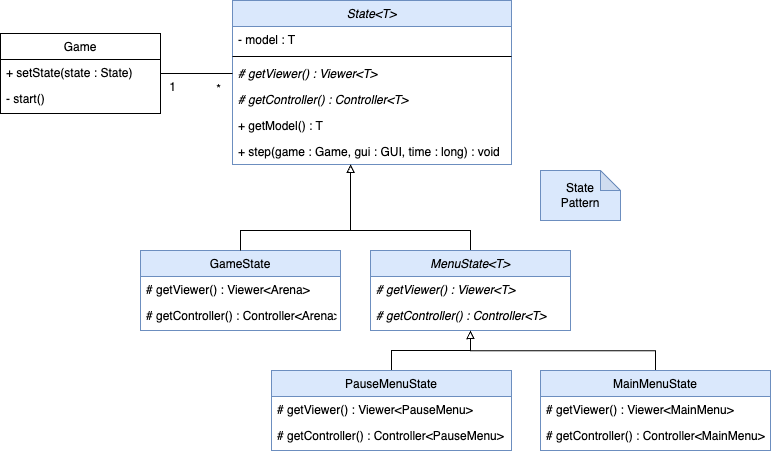
The draw.io diagram docs/resources/State.png in SimaoNery/BadIceCream-L.D.T.S, before a commit. Source tidied: cells renumbered, new cells last; positions are measured from the earlier drawing's top-left corner, leaving out a move shared by most shapes.
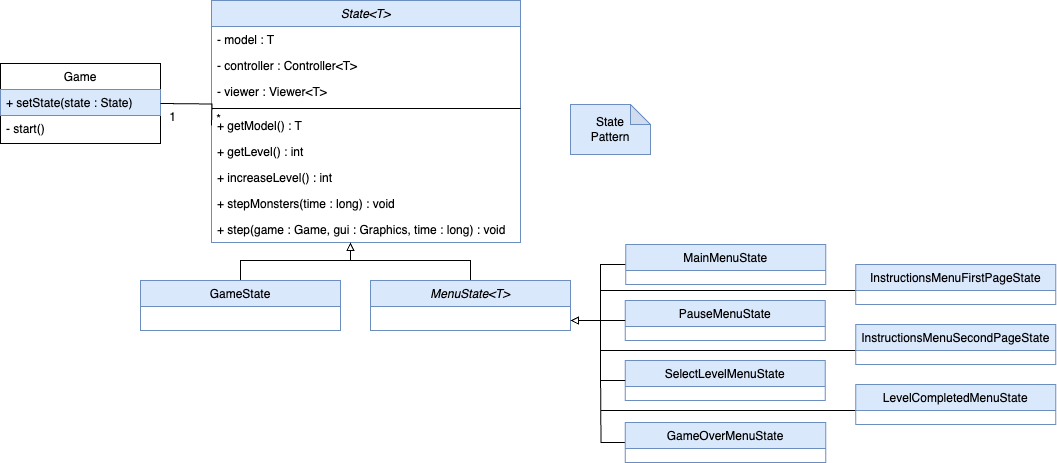
After the change.

Change to the diagram source:
```diff
@@ -3,109 +3,159 @@
     <mxCell id="0" />
     <mxCell id="1" parent="0" />
     <mxCell id="2" value="State&lt;T&gt;" style="swimlane;fontStyle=2;align=center;verticalAlign=top;horizontal=1;startSize=26;rounded=0;shadow=0;strokeWidth=1;fillColor=#dae8fc;strokeColor=#6c8ebf;" parent="1" vertex="1">
-      <mxGeometry x="232" width="279" height="164" as="geometry" />
+      <mxGeometry x="211" y="-30" width="309" height="242" as="geometry" />
     </mxCell>
     <mxCell id="3" value="- model : T" style="text;align=left;verticalAlign=top;spacingLeft=4;spacingRight=4;overflow=hidden;" parent="2" vertex="1">
-      <mxGeometry y="26" width="279" height="26" as="geometry" />
+      <mxGeometry y="26" width="309" height="26" as="geometry" />
     </mxCell>
-    <mxCell id="4" style="line;html=1;strokeWidth=1;align=left;verticalAlign=middle;spacingTop=-1;spacingLeft=3;spacingRight=3;labelPosition=right;" parent="2" vertex="1">
-      <mxGeometry y="52" width="279" height="8" as="geometry" />
-    </mxCell>
-    <mxCell id="5" value="# getViewer() : Viewer&lt;T&gt;" style="text;align=left;verticalAlign=top;spacingLeft=4;spacingRight=4;overflow=hidden;fontStyle=2;" parent="2" vertex="1">
-      <mxGeometry y="60" width="279" height="26" as="geometry" />
-    </mxCell>
-    <mxCell id="6" value="# getController() : Controller&lt;T&gt;" style="text;align=left;verticalAlign=top;spacingLeft=4;spacingRight=4;overflow=hidden;fontStyle=2;" parent="2" vertex="1">
-      <mxGeometry y="86" width="279" height="26" as="geometry" />
-    </mxCell>
+    <mxCell id="32" value="- controller : Controller&lt;T&gt;" style="text;align=left;verticalAlign=top;spacingLeft=4;spacingRight=4;overflow=hidden;" parent="2" vertex="1">
+      <mxGeometry y="52" width="309" height="26" as="geometry" />
+    </mxCell>
+    <mxCell id="33" value="- viewer : Viewer&lt;T&gt;" style="text;align=left;verticalAlign=top;spacingLeft=4;spacingRight=4;overflow=hidden;" parent="2" vertex="1">
+      <mxGeometry y="78" width="309" height="26" as="geometry" />
+    </mxCell>
+    <mxCell id="34" style="line;html=1;strokeWidth=1;align=left;verticalAlign=middle;spacingTop=-1;spacingLeft=3;spacingRight=3;labelPosition=right;" parent="2" vertex="1">
+      <mxGeometry y="104" width="309" height="8" as="geometry" />
+    </mxCell>
-    <mxCell id="7" value="+ getModel() : T" style="text;align=left;verticalAlign=top;spacingLeft=4;spacingRight=4;overflow=hidden;" parent="2" vertex="1">
-      <mxGeometry y="112" width="279" height="26" as="geometry" />
+    <mxCell id="7" value="+ getModel() : T" style="text;align=left;verticalAlign=top;spacingLeft=4;spacingRight=4;overflow=hidden;fontStyle=0;" parent="2" vertex="1">
+      <mxGeometry y="112" width="309" height="26" as="geometry" />
     </mxCell>
-    <mxCell id="8" value="+ step(game : Game, gui : GUI, time : long) : void" style="text;align=left;verticalAlign=top;spacingLeft=4;spacingRight=4;overflow=hidden;points=[[0,0.5],[1,0.5]];portConstraint=eastwest;" parent="2" vertex="1">
-      <mxGeometry y="138" width="279" height="26" as="geometry" />
-    </mxCell>
+    <mxCell id="35" value="+ getLevel() : int" style="text;align=left;verticalAlign=top;spacingLeft=4;spacingRight=4;overflow=hidden;fontStyle=0;" parent="2" vertex="1">
+      <mxGeometry y="138" width="309" height="26" as="geometry" />
+    </mxCell>
+    <mxCell id="36" value="+ increaseLevel() : int" style="text;align=left;verticalAlign=top;spacingLeft=4;spacingRight=4;overflow=hidden;" parent="2" vertex="1">
+      <mxGeometry y="164" width="309" height="26" as="geometry" />
+    </mxCell>
+    <mxCell id="37" value="+ stepMonsters(time : long) : void" style="text;align=left;verticalAlign=top;spacingLeft=4;spacingRight=4;overflow=hidden;" parent="2" vertex="1">
+      <mxGeometry y="190" width="309" height="26" as="geometry" />
+    </mxCell>
+    <mxCell id="38" value="+ step(game : Game, gui : Graphics, time : long) : void" style="text;align=left;verticalAlign=top;spacingLeft=4;spacingRight=4;overflow=hidden;points=[[0,0.5],[1,0.5]];portConstraint=eastwest;" parent="2" vertex="1">
+      <mxGeometry y="216" width="309" height="26" as="geometry" />
+    </mxCell>
+    <mxCell id="39" style="edgeStyle=orthogonalEdgeStyle;rounded=0;jettySize=auto;html=1;endArrow=none;endFill=0;" parent="1" edge="1" source="13">
+      <mxGeometry relative="1" as="geometry">
+        <mxPoint x="350" y="230" as="targetPoint" />
+        <Array as="points">
+          <mxPoint x="470" y="230" />
+          <mxPoint x="350" y="230" />
+        </Array>
+      </mxGeometry>
+    </mxCell>
+    <mxCell id="40" style="edgeStyle=orthogonalEdgeStyle;rounded=0;jettySize=auto;html=1;entryX=0;entryY=0.5;entryDx=0;entryDy=0;endArrow=none;endFill=0;startArrow=block;startFill=0;" parent="1" edge="1" source="13" target="17">
+      <mxGeometry relative="1" as="geometry">
+        <Array as="points">
+          <mxPoint x="600" y="290" />
+          <mxPoint x="600" y="234" />
+        </Array>
+      </mxGeometry>
+    </mxCell>
+    <mxCell id="13" value="MenuState&lt;T&gt;" style="swimlane;fontStyle=2;align=center;verticalAlign=top;horizontal=1;startSize=26;rounded=0;shadow=0;strokeWidth=1;fillColor=#dae8fc;strokeColor=#6c8ebf;" parent="1" vertex="1">
+      <mxGeometry x="370" y="250" width="200" height="50" as="geometry" />
+    </mxCell>
+    <mxCell id="17" value="MainMenuState" style="swimlane;fontStyle=0;align=center;verticalAlign=top;horizontal=1;startSize=26;rounded=0;shadow=0;strokeWidth=1;fillColor=#dae8fc;strokeColor=#6c8ebf;" parent="1" vertex="1">
+      <mxGeometry x="625.2" y="214" width="200" height="40" as="geometry" />
+    </mxCell>
+    <mxCell id="20" value="PauseMenuState" style="swimlane;fontStyle=0;align=center;verticalAlign=top;horizontal=1;startSize=26;rounded=0;shadow=0;strokeWidth=1;fillColor=#dae8fc;strokeColor=#6c8ebf;" parent="1" vertex="1">
+      <mxGeometry x="624.8" y="270" width="200" height="40" as="geometry" />
+    </mxCell>
+    <mxCell id="41" style="edgeStyle=orthogonalEdgeStyle;rounded=0;jettySize=auto;html=1;endArrow=block;endFill=0;" parent="1" edge="1" target="38">
+      <mxGeometry relative="1" as="geometry">
+        <mxPoint x="240" y="250" as="sourcePoint" />
+        <Array as="points">
+          <mxPoint x="240" y="230" />
+          <mxPoint x="350" y="230" />
+        </Array>
+      </mxGeometry>
+    </mxCell>
+    <mxCell id="30" value="*" style="text;html=1;align=center;verticalAlign=middle;strokeColor=none;fillColor=none;" parent="1" vertex="1">
+      <mxGeometry x="203" y="74" width="30" height="30" as="geometry" />
+    </mxCell>
+    <mxCell id="42" value="SelectLevelMenuState" style="swimlane;fontStyle=0;align=center;verticalAlign=top;horizontal=1;startSize=26;rounded=0;shadow=0;strokeWidth=1;fillColor=#dae8fc;strokeColor=#6c8ebf;" parent="1" vertex="1">
+      <mxGeometry x="624.8" y="330" width="200" height="40" as="geometry" />
+    </mxCell>
+    <mxCell id="43" style="edgeStyle=orthogonalEdgeStyle;rounded=0;jettySize=auto;html=1;endArrow=none;endFill=0;" parent="1" edge="1" source="44">
+      <mxGeometry relative="1" as="geometry">
+        <mxPoint x="600" y="340" as="targetPoint" />
+      </mxGeometry>
+    </mxCell>
+    <mxCell id="44" value="GameOverMenuState" style="swimlane;fontStyle=0;align=center;verticalAlign=top;horizontal=1;startSize=26;rounded=0;shadow=0;strokeWidth=1;fillColor=#dae8fc;strokeColor=#6c8ebf;" parent="1" vertex="1">
+      <mxGeometry x="624.8" y="392" width="200.5" height="40" as="geometry" />
+    </mxCell>
+    <mxCell id="45" style="edgeStyle=orthogonalEdgeStyle;rounded=0;jettySize=auto;html=1;endArrow=none;endFill=0;exitX=0;exitY=0.5;exitDx=0;exitDy=0;" parent="1" edge="1" source="46">
+      <mxGeometry relative="1" as="geometry">
+        <mxPoint x="600" y="260" as="targetPoint" />
+        <Array as="points">
+          <mxPoint x="855" y="260" />
+        </Array>
+      </mxGeometry>
+    </mxCell>
+    <mxCell id="46" value="InstructionsMenuFirstPageState" style="swimlane;fontStyle=0;align=center;verticalAlign=top;horizontal=1;startSize=26;rounded=0;shadow=0;strokeWidth=1;fillColor=#dae8fc;strokeColor=#6c8ebf;" parent="1" vertex="1">
+      <mxGeometry x="855.2" y="234" width="200" height="40" as="geometry" />
+    </mxCell>
+    <mxCell id="47" style="edgeStyle=orthogonalEdgeStyle;rounded=0;jettySize=auto;html=1;exitX=0;exitY=0.5;exitDx=0;exitDy=0;endArrow=none;endFill=0;" parent="1" edge="1" source="48">
+      <mxGeometry relative="1" as="geometry">
+        <mxPoint x="600" y="320" as="targetPoint" />
+        <Array as="points">
+          <mxPoint x="855" y="320" />
+        </Array>
+      </mxGeometry>
+    </mxCell>
+    <mxCell id="48" value="InstructionsMenuSecondPageState" style="swimlane;fontStyle=0;align=center;verticalAlign=top;horizontal=1;startSize=26;rounded=0;shadow=0;strokeWidth=1;fillColor=#dae8fc;strokeColor=#6c8ebf;" parent="1" vertex="1">
+      <mxGeometry x="855.2" y="294" width="200" height="40" as="geometry" />
+    </mxCell>
+    <mxCell id="49" style="edgeStyle=orthogonalEdgeStyle;rounded=0;jettySize=auto;html=1;endArrow=none;endFill=0;" parent="1" edge="1" source="50">
+      <mxGeometry relative="1" as="geometry">
+        <mxPoint x="600" y="380" as="targetPoint" />
+        <Array as="points">
+          <mxPoint x="790" y="380" />
+          <mxPoint x="790" y="380" />
+        </Array>
+      </mxGeometry>
+    </mxCell>
+    <mxCell id="50" value="LevelCompletedMenuState" style="swimlane;fontStyle=0;align=center;verticalAlign=top;horizontal=1;startSize=26;rounded=0;shadow=0;strokeWidth=1;fillColor=#dae8fc;strokeColor=#6c8ebf;" parent="1" vertex="1">
+      <mxGeometry x="855.2" y="354" width="200" height="40" as="geometry" />
+    </mxCell>
+    <mxCell id="51" style="edgeStyle=orthogonalEdgeStyle;rounded=0;jettySize=auto;html=1;entryX=0;entryY=0.5;entryDx=0;entryDy=0;startArrow=block;startFill=0;endArrow=none;endFill=0;" parent="1" edge="1" target="20">
+      <mxGeometry relative="1" as="geometry">
+        <mxPoint x="570" y="290" as="sourcePoint" />
+        <Array as="points">
+          <mxPoint x="580" y="290" />
+          <mxPoint x="580" y="290" />
+        </Array>
+      </mxGeometry>
+    </mxCell>
+    <mxCell id="52" style="edgeStyle=orthogonalEdgeStyle;rounded=0;jettySize=auto;html=1;entryX=0;entryY=0.5;entryDx=0;entryDy=0;endArrow=none;endFill=0;startArrow=block;startFill=0;" parent="1" edge="1" target="42">
+      <mxGeometry relative="1" as="geometry">
+        <mxPoint x="570" y="290" as="sourcePoint" />
+        <Array as="points">
+          <mxPoint x="600" y="290" />
+          <mxPoint x="600" y="350" />
+        </Array>
+      </mxGeometry>
+    </mxCell>
     <mxCell id="9" value="GameState" style="swimlane;fontStyle=0;align=center;verticalAlign=top;horizontal=1;startSize=26;rounded=0;shadow=0;strokeWidth=1;fillColor=#dae8fc;strokeColor=#6c8ebf;" parent="1" vertex="1">
-      <mxGeometry x="140" y="250" width="200" height="80" as="geometry" />
+      <mxGeometry x="140" y="250" width="200" height="50" as="geometry" />
     </mxCell>
-    <mxCell id="10" value="# getViewer() : Viewer&lt;Arena&gt;" style="text;align=left;verticalAlign=top;spacingLeft=4;spacingRight=4;overflow=hidden;" parent="9" vertex="1">
-      <mxGeometry y="26" width="200" height="26" as="geometry" />
-    </mxCell>
-    <mxCell id="11" value="# getController() : Controller&lt;Arena&gt;" style="text;align=left;verticalAlign=top;spacingLeft=4;spacingRight=4;overflow=hidden;" parent="9" vertex="1">
-      <mxGeometry y="52" width="200" height="26" as="geometry" />
-    </mxCell>
-    <mxCell id="12" style="edgeStyle=orthogonalEdgeStyle;rounded=0;jettySize=auto;html=1;endArrow=none;endFill=0;" parent="1" edge="1" source="13">
-      <mxGeometry relative="1" as="geometry">
-        <mxPoint x="350" y="230" as="targetPoint" />
-        <Array as="points">
-          <mxPoint x="470" y="230" />
-          <mxPoint x="350" y="230" />
-        </Array>
-      </mxGeometry>
-    </mxCell>
-    <mxCell id="13" value="MenuState&lt;T&gt;" style="swimlane;fontStyle=2;align=center;verticalAlign=top;horizontal=1;startSize=26;rounded=0;shadow=0;strokeWidth=1;fillColor=#dae8fc;strokeColor=#6c8ebf;" parent="1" vertex="1">
-      <mxGeometry x="370" y="250" width="200" height="80" as="geometry" />
-    </mxCell>
-    <mxCell id="14" value="# getViewer() : Viewer&lt;T&gt;" style="text;align=left;verticalAlign=top;spacingLeft=4;spacingRight=4;overflow=hidden;fontStyle=2;" parent="13" vertex="1">
-      <mxGeometry y="26" width="200" height="26" as="geometry" />
-    </mxCell>
-    <mxCell id="15" value="# getController() : Controller&lt;T&gt;" style="text;align=left;verticalAlign=top;spacingLeft=4;spacingRight=4;overflow=hidden;fontStyle=2;" parent="13" vertex="1">
-      <mxGeometry y="52" width="200" height="26" as="geometry" />
-    </mxCell>
-    <mxCell id="16" style="rounded=0;jettySize=auto;html=1;edgeStyle=elbowEdgeStyle;elbow=vertical;endArrow=block;endFill=0;" parent="1" edge="1" source="17">
-      <mxGeometry relative="1" as="geometry">
-        <mxPoint x="470" y="330" as="targetPoint" />
-      </mxGeometry>
-    </mxCell>
-    <mxCell id="17" value="MainMenuState" style="swimlane;fontStyle=0;align=center;verticalAlign=top;horizontal=1;startSize=26;rounded=0;shadow=0;strokeWidth=1;fillColor=#dae8fc;strokeColor=#6c8ebf;" parent="1" vertex="1">
-      <mxGeometry x="540" y="370" width="230" height="80" as="geometry" />
-    </mxCell>
-    <mxCell id="18" value="# getViewer() : Viewer&lt;MainMenu&gt;" style="text;align=left;verticalAlign=top;spacingLeft=4;spacingRight=4;overflow=hidden;" parent="17" vertex="1">
-      <mxGeometry y="26" width="230" height="26" as="geometry" />
-    </mxCell>
-    <mxCell id="19" style="edgeStyle=orthogonalEdgeStyle;rounded=0;jettySize=auto;html=1;entryX=0.5;entryY=1;entryDx=0;entryDy=0;endArrow=block;endFill=0;" parent="1" edge="1" source="20" target="13">
-      <mxGeometry relative="1" as="geometry" />
-    </mxCell>
-    <mxCell id="20" value="PauseMenuState" style="swimlane;fontStyle=0;align=center;verticalAlign=top;horizontal=1;startSize=26;rounded=0;shadow=0;strokeWidth=1;fillColor=#dae8fc;strokeColor=#6c8ebf;" parent="1" vertex="1">
-      <mxGeometry x="271" y="370" width="240" height="80" as="geometry" />
-    </mxCell>
-    <mxCell id="21" value="# getViewer() : Viewer&lt;PauseMenu&gt;" style="text;align=left;verticalAlign=top;spacingLeft=4;spacingRight=4;overflow=hidden;" parent="20" vertex="1">
-      <mxGeometry y="26" width="240" height="26" as="geometry" />
-    </mxCell>
-    <mxCell id="22" value="# getController() : Controller&lt;PauseMenu&gt;" style="text;align=left;verticalAlign=top;spacingLeft=4;spacingRight=4;overflow=hidden;" parent="20" vertex="1">
-      <mxGeometry y="52" width="240" height="26" as="geometry" />
-    </mxCell>
-    <mxCell id="23" style="edgeStyle=orthogonalEdgeStyle;rounded=0;jettySize=auto;html=1;endArrow=block;endFill=0;" parent="1" edge="1" source="9" target="8">
-      <mxGeometry relative="1" as="geometry">
-        <Array as="points">
-          <mxPoint x="240" y="230" />
-          <mxPoint x="350" y="230" />
-        </Array>
-      </mxGeometry>
-    </mxCell>
-    <mxCell id="24" value="State &lt;br&gt;Pattern" style="shape=note;whiteSpace=wrap;html=1;backgroundOutline=1;darkOpacity=0.05;size=20;fillColor=#dae8fc;strokeColor=#6c8ebf;" parent="1" vertex="1">
-      <mxGeometry x="540" y="170" width="80" height="50" as="geometry" />
-    </mxCell>
-    <mxCell id="25" style="edgeStyle=orthogonalEdgeStyle;rounded=0;jettySize=auto;html=1;entryX=0;entryY=0.5;entryDx=0;entryDy=0;endArrow=none;endFill=0;" parent="1" edge="1" source="26">
-      <mxGeometry relative="1" as="geometry">
-        <mxPoint x="232" y="73" as="targetPoint" />
-      </mxGeometry>
-    </mxCell>
     <mxCell id="26" value="Game" style="swimlane;fontStyle=0;align=center;verticalAlign=top;horizontal=1;startSize=26;rounded=0;shadow=0;strokeWidth=1;" parent="1" vertex="1">
       <mxGeometry y="33" width="160" height="80" as="geometry" />
     </mxCell>
-    <mxCell id="27" value="+ setState(state : State)" style="text;align=left;verticalAlign=top;spacingLeft=4;spacingRight=4;overflow=hidden;fontStyle=0;" parent="26" vertex="1">
+    <mxCell id="27" value="+ setState(state : State)" style="text;align=left;verticalAlign=top;spacingLeft=4;spacingRight=4;overflow=hidden;fontStyle=0;fillColor=#dae8fc;strokeColor=#6c8ebf;" parent="26" vertex="1">
       <mxGeometry y="26" width="160" height="26" as="geometry" />
     </mxCell>
     <mxCell id="28" value="- start()" style="text;align=left;verticalAlign=top;spacingLeft=4;spacingRight=4;overflow=hidden;" parent="26" vertex="1">
       <mxGeometry y="52" width="160" height="26" as="geometry" />
     </mxCell>
+    <mxCell id="53" style="edgeStyle=orthogonalEdgeStyle;rounded=0;orthogonalLoop=1;jettySize=auto;html=1;entryX=0;entryY=0.5;entryDx=0;entryDy=0;endArrow=none;endFill=0;" parent="1" edge="1">
+      <mxGeometry relative="1" as="geometry">
+        <mxPoint x="160" y="73" as="sourcePoint" />
+        <mxPoint x="211" y="95" as="targetPoint" />
+      </mxGeometry>
+    </mxCell>
     <mxCell id="29" value="1" style="text;html=1;align=center;verticalAlign=middle;strokeColor=none;fillColor=none;" parent="1" vertex="1">
       <mxGeometry x="157" y="72" width="30" height="30" as="geometry" />
     </mxCell>
-    <mxCell id="30" value="*" style="text;html=1;align=center;verticalAlign=middle;strokeColor=none;fillColor=none;" parent="1" vertex="1">
-      <mxGeometry x="203" y="74" width="30" height="30" as="geometry" />
-    </mxCell>
-    <mxCell id="31" value="# getController() : Controller&lt;MainMenu&gt;" style="text;align=left;verticalAlign=top;spacingLeft=4;spacingRight=4;overflow=hidden;" parent="1" vertex="1">
-      <mxGeometry x="540" y="422" width="230" height="26" as="geometry" />
-    </mxCell>
+    <mxCell id="24" value="State &lt;br&gt;Pattern" style="shape=note;whiteSpace=wrap;html=1;backgroundOutline=1;darkOpacity=0.05;size=20;fillColor=#dae8fc;strokeColor=#6c8ebf;" parent="1" vertex="1">
+      <mxGeometry x="570" y="74" width="80" height="50" as="geometry" />
+    </mxCell>
   </root>
 </mxGraphModel>
```
